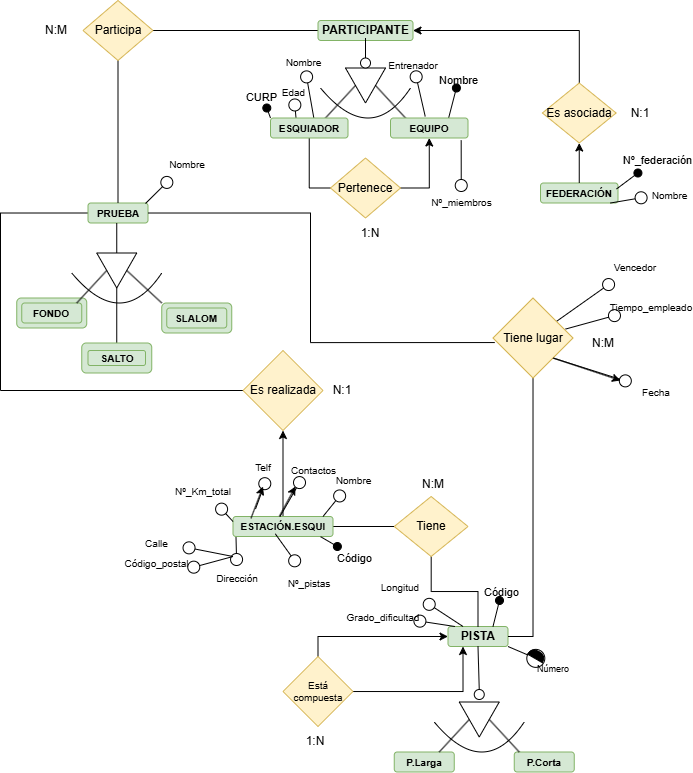
This is Data Base/OlimpiadasDeInvierno.drawio.png from Samue45/1-DAM, a draw.io export, as it was before one commit. Source tidied: cells renumbered, new cells last; positions are measured from the earlier drawing's top-left corner, leaving out a move shared by most shapes.
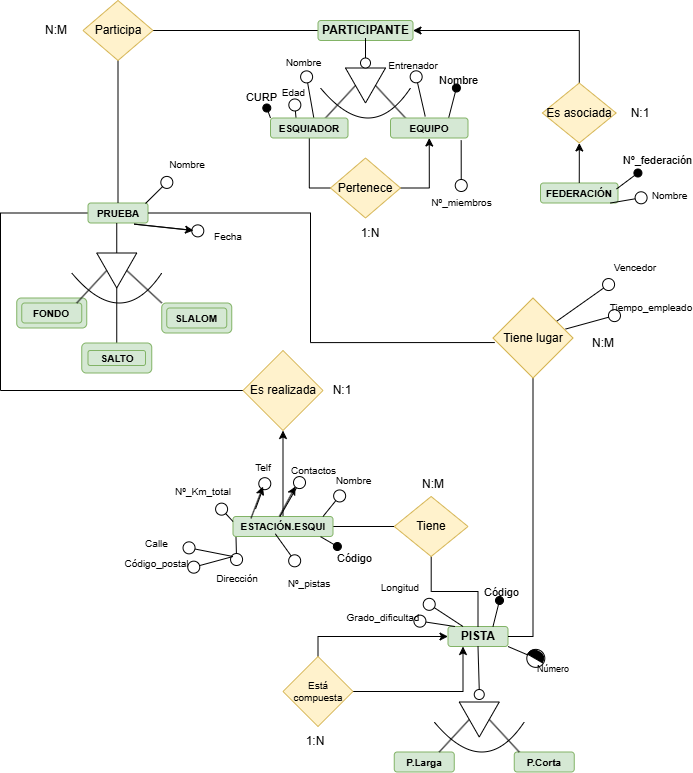
The same file after the commit.

The edit, as a diff of the source:
```diff
@@ -243,11 +243,12 @@
       <mxGeometry x="340" y="217.5" width="60" height="30" as="geometry" />
     </mxCell>
     <mxCell id="67" value="&lt;span style=&quot;font-size: 10px;&quot;&gt;Fecha&lt;/span&gt;" style="text;html=1;align=center;verticalAlign=middle;whiteSpace=wrap;rounded=0;fontSize=16;" parent="1" vertex="1">
-      <mxGeometry x="631.5" y="382.2" width="47.5" height="15.5" as="geometry" />
+      <mxGeometry x="204.2" y="225.9" width="47.5" height="15.5" as="geometry" />
     </mxCell>
-    <mxCell id="68" style="endArrow=classic;html=1;rounded=0;exitX=1;exitY=1;exitDx=0;exitDy=0;" parent="1" edge="1" source="110">
+    <mxCell id="68" style="endArrow=classic;html=1;rounded=0;" parent="1" edge="1">
       <mxGeometry relative="1" as="geometry">
-        <mxPoint x="620" y="380" as="targetPoint" />
+        <mxPoint x="133.8" y="223.6" as="sourcePoint" />
+        <mxPoint x="193" y="230" as="targetPoint" />
       </mxGeometry>
     </mxCell>
     <mxCell id="69" style="endArrow=circle;html=1;rounded=0;fontSize=8;startSize=6;endSize=5;curved=1;endFill=0;" parent="1" edge="1" source="110" target="70">
@@ -408,8 +409,10 @@
     <mxCell id="112" value="N:M" style="text;html=1;align=center;verticalAlign=middle;whiteSpace=wrap;rounded=0;" parent="1" vertex="1">
       <mxGeometry x="572.5" y="327.5" width="60" height="30" as="geometry" />
     </mxCell>
-    <mxCell id="113" style="endArrow=circle;html=1;rounded=0;fontSize=8;startSize=6;endSize=5;curved=1;endFill=0;exitX=1;exitY=1;exitDx=0;exitDy=0;" parent="1" edge="1" source="110" target="67">
-      <mxGeometry relative="1" as="geometry" />
+    <mxCell id="113" style="endArrow=circle;html=1;rounded=0;fontSize=8;startSize=6;endSize=5;curved=1;endFill=0;" parent="1" edge="1" target="67">
+      <mxGeometry relative="1" as="geometry">
+        <mxPoint x="133.8" y="223.6" as="sourcePoint" />
+      </mxGeometry>
     </mxCell>
     <mxCell id="114" style="endArrow=circle;html=1;rounded=0;fontSize=8;startSize=6;endSize=5;curved=1;endFill=0;exitX=0.908;exitY=0.388;exitDx=0;exitDy=0;exitPerimeter=0;" parent="1" edge="1" source="110" target="115">
       <mxGeometry relative="1" as="geometry" />
```
